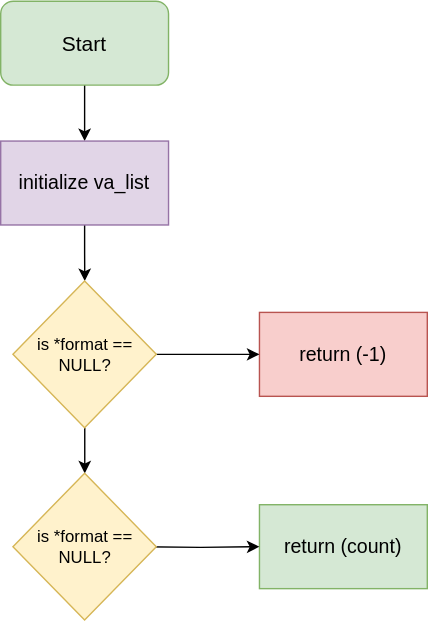
This is printf.svg from davehypercodes/printf, a draw.io export, as it was before one commit. Source tidied: cells renumbered, new cells last; positions are measured from the earlier drawing's top-left corner, leaving out a move shared by most shapes.
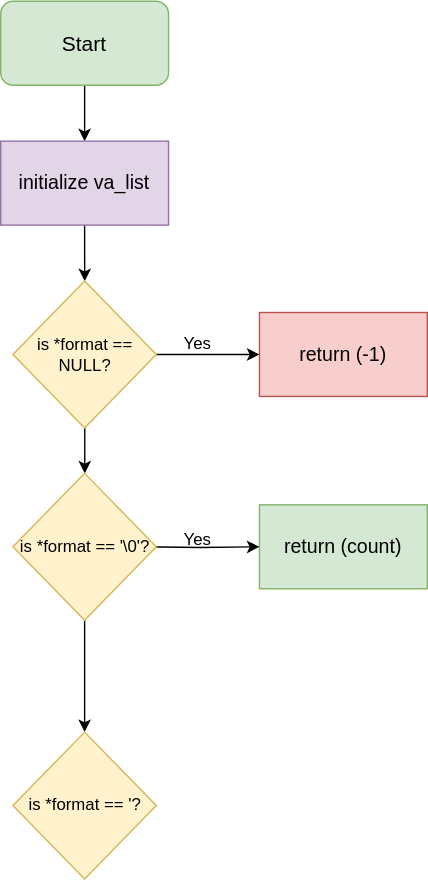
After the commit.

Diff of the diagram source:
```diff
@@ -34,8 +34,20 @@
     <mxCell id="11" value="is *format == NULL?" style="rhombus;whiteSpace=wrap;html=1;fillColor=#fff2cc;strokeColor=#d6b656;" parent="1" vertex="1">
       <mxGeometry x="8.8" y="200" width="102.5" height="105" as="geometry" />
     </mxCell>
+    <mxCell id="13" style="edgeStyle=orthogonalEdgeStyle;rounded=0;jettySize=auto;html=1;" parent="1" edge="1" source="12" target="14">
+      <mxGeometry relative="1" as="geometry" />
+    </mxCell>
-    <mxCell id="12" value="is *format == NULL?" style="rhombus;whiteSpace=wrap;html=1;fillColor=#fff2cc;strokeColor=#d6b656;" parent="1" vertex="1">
+    <mxCell id="12" value="is *format == '\0'?" style="rhombus;whiteSpace=wrap;html=1;fillColor=#fff2cc;strokeColor=#d6b656;" parent="1" vertex="1">
       <mxGeometry x="8.8" y="337.5" width="102.5" height="105" as="geometry" />
     </mxCell>
+    <mxCell id="14" value="is *format == '?" style="rhombus;whiteSpace=wrap;html=1;fillColor=#fff2cc;strokeColor=#d6b656;" parent="1" vertex="1">
+      <mxGeometry x="8.8" y="522.5" width="102.5" height="105" as="geometry" />
+    </mxCell>
+    <mxCell id="15" value="Yes" style="text;html=1;align=center;verticalAlign=middle;whiteSpace=wrap;rounded=0;" parent="1" vertex="1">
+      <mxGeometry x="111.2" y="370" width="60" height="30" as="geometry" />
+    </mxCell>
+    <mxCell id="16" value="Yes" style="text;html=1;align=center;verticalAlign=middle;whiteSpace=wrap;rounded=0;rotation=0;" parent="1" vertex="1">
+      <mxGeometry x="111.2" y="230" width="60" height="30" as="geometry" />
+    </mxCell>
   </root>
 </mxGraphModel>
```
